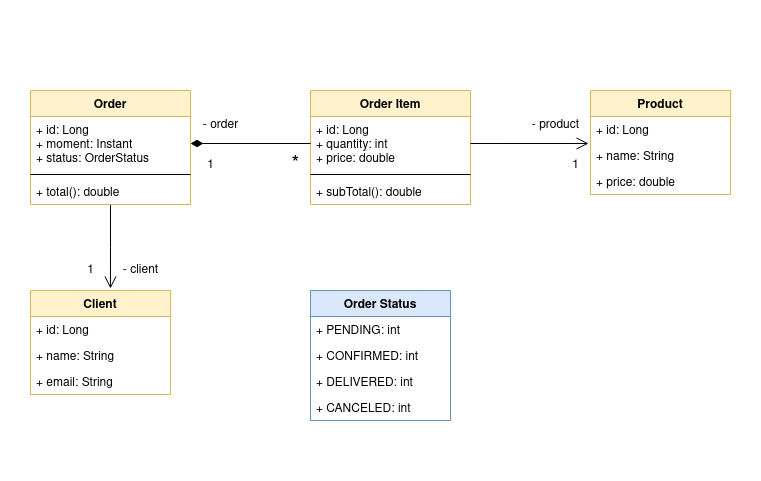
Above: diagrams/Class Diagram.drawio.png in alexbraga/dmi (draw.io), before the change. Source tidied: cells renumbered, new cells last; positions are measured from the earlier drawing's top-left corner, leaving out a move shared by most shapes.
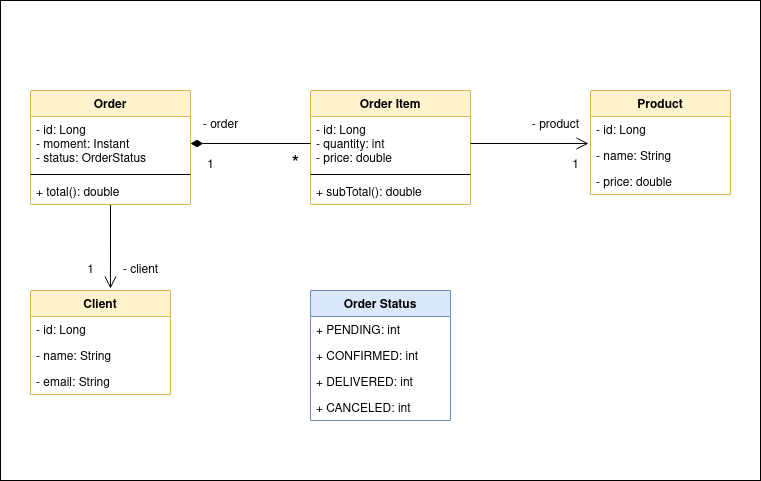
After the commit.

Diff of the diagram source:
```diff
@@ -2,7 +2,7 @@
   <root>
     <mxCell id="0" />
     <mxCell id="1" parent="0" />
-    <mxCell id="2" style="rounded=0;whiteSpace=wrap;html=1;fontSize=12;strokeColor=none;" parent="1" vertex="1">
+    <mxCell id="2" style="rounded=0;whiteSpace=wrap;html=1;fontSize=12;" parent="1" vertex="1">
       <mxGeometry width="760" height="480" as="geometry" />
     </mxCell>
     <mxCell id="3" style="edgeStyle=orthogonalEdgeStyle;rounded=0;jettySize=auto;html=1;entryX=0.571;entryY=-0.019;entryDx=0;entryDy=0;entryPerimeter=0;endArrow=open;endFill=0;endSize=10;strokeWidth=1;" parent="1" edge="1" source="4" target="12">
@@ -11,7 +11,7 @@
     <mxCell id="4" value="Order" style="swimlane;fontStyle=1;align=center;verticalAlign=top;horizontal=1;startSize=26;fillColor=#fff2cc;strokeColor=#d6b656;" parent="1" vertex="1">
       <mxGeometry x="30" y="90" width="160" height="114" as="geometry" />
     </mxCell>
-    <mxCell id="5" value="+ id: Long&#10;+ moment: Instant&#10;+ status: OrderStatus&#10;" style="text;strokeColor=none;fillColor=none;align=left;verticalAlign=top;spacingLeft=4;spacingRight=4;overflow=hidden;points=[[0,0.5],[1,0.5]];portConstraint=eastwest;" parent="4" vertex="1">
+    <mxCell id="5" value="- id: Long&#10;- moment: Instant&#10;- status: OrderStatus&#10;" style="text;strokeColor=none;fillColor=none;align=left;verticalAlign=top;spacingLeft=4;spacingRight=4;overflow=hidden;points=[[0,0.5],[1,0.5]];portConstraint=eastwest;" parent="4" vertex="1">
       <mxGeometry y="26" width="160" height="54" as="geometry" />
     </mxCell>
     <mxCell id="6" style="line;strokeWidth=1;fillColor=none;align=left;verticalAlign=middle;spacingTop=-1;spacingLeft=3;spacingRight=3;labelPosition=right;" parent="4" vertex="1">
@@ -23,25 +23,25 @@
     <mxCell id="8" value="Product" style="swimlane;fontStyle=1;horizontal=1;startSize=26;fillColor=#fff2cc;strokeColor=#d6b656;" parent="1" vertex="1">
       <mxGeometry x="590" y="90" width="140" height="104" as="geometry" />
     </mxCell>
-    <mxCell id="9" value="+ id: Long" style="text;strokeColor=none;fillColor=none;align=left;verticalAlign=top;spacingLeft=4;spacingRight=4;overflow=hidden;" parent="8" vertex="1">
+    <mxCell id="9" value="- id: Long" style="text;strokeColor=none;fillColor=none;align=left;verticalAlign=top;spacingLeft=4;spacingRight=4;overflow=hidden;" parent="8" vertex="1">
       <mxGeometry y="26" width="140" height="26" as="geometry" />
     </mxCell>
-    <mxCell id="10" value="+ name: String" style="text;strokeColor=none;fillColor=none;align=left;verticalAlign=top;spacingLeft=4;spacingRight=4;overflow=hidden;points=[[0,0.5],[1,0.5]];portConstraint=eastwest;" parent="8" vertex="1">
+    <mxCell id="10" value="- name: String" style="text;strokeColor=none;fillColor=none;align=left;verticalAlign=top;spacingLeft=4;spacingRight=4;overflow=hidden;points=[[0,0.5],[1,0.5]];portConstraint=eastwest;" parent="8" vertex="1">
       <mxGeometry y="52" width="140" height="26" as="geometry" />
     </mxCell>
-    <mxCell id="11" value="+ price: double" style="text;strokeColor=none;fillColor=none;align=left;verticalAlign=top;spacingLeft=4;spacingRight=4;overflow=hidden;" parent="8" vertex="1">
+    <mxCell id="11" value="- price: double" style="text;strokeColor=none;fillColor=none;align=left;verticalAlign=top;spacingLeft=4;spacingRight=4;overflow=hidden;" parent="8" vertex="1">
       <mxGeometry y="78" width="140" height="26" as="geometry" />
     </mxCell>
     <mxCell id="12" value="Client" style="swimlane;fontStyle=1;horizontal=1;startSize=26;fillColor=#fff2cc;strokeColor=#d6b656;" parent="1" vertex="1">
       <mxGeometry x="30" y="290" width="140" height="104" as="geometry" />
     </mxCell>
-    <mxCell id="13" value="+ id: Long" style="text;strokeColor=none;fillColor=none;align=left;verticalAlign=top;spacingLeft=4;spacingRight=4;overflow=hidden;" parent="12" vertex="1">
+    <mxCell id="13" value="- id: Long" style="text;strokeColor=none;fillColor=none;align=left;verticalAlign=top;spacingLeft=4;spacingRight=4;overflow=hidden;" parent="12" vertex="1">
       <mxGeometry y="26" width="140" height="26" as="geometry" />
     </mxCell>
-    <mxCell id="14" value="+ name: String" style="text;strokeColor=none;fillColor=none;align=left;verticalAlign=top;spacingLeft=4;spacingRight=4;overflow=hidden;" parent="12" vertex="1">
+    <mxCell id="14" value="- name: String" style="text;strokeColor=none;fillColor=none;align=left;verticalAlign=top;spacingLeft=4;spacingRight=4;overflow=hidden;" parent="12" vertex="1">
       <mxGeometry y="52" width="140" height="26" as="geometry" />
     </mxCell>
-    <mxCell id="15" value="+ email: String" style="text;strokeColor=none;fillColor=none;align=left;verticalAlign=top;spacingLeft=4;spacingRight=4;overflow=hidden;" parent="12" vertex="1">
+    <mxCell id="15" value="- email: String" style="text;strokeColor=none;fillColor=none;align=left;verticalAlign=top;spacingLeft=4;spacingRight=4;overflow=hidden;" parent="12" vertex="1">
       <mxGeometry y="78" width="140" height="26" as="geometry" />
     </mxCell>
     <mxCell id="16" value="Order Status" style="swimlane;fontStyle=1;horizontal=1;startSize=26;fillColor=#dae8fc;strokeColor=#6c8ebf;" parent="1" vertex="1">
@@ -62,7 +62,7 @@
     <mxCell id="21" value="Order Item" style="swimlane;fontStyle=1;align=center;verticalAlign=top;horizontal=1;startSize=26;fillColor=#fff2cc;strokeColor=#d6b656;" parent="1" vertex="1">
       <mxGeometry x="310" y="90" width="160" height="114" as="geometry" />
     </mxCell>
-    <mxCell id="22" value="+ id: Long&#10;+ quantity: int&#10;+ price: double" style="text;strokeColor=none;fillColor=none;align=left;verticalAlign=top;spacingLeft=4;spacingRight=4;overflow=hidden;points=[[0,0.5],[1,0.5]];portConstraint=eastwest;" parent="21" vertex="1">
+    <mxCell id="22" value="- id: Long&#10;- quantity: int&#10;- price: double" style="text;strokeColor=none;fillColor=none;align=left;verticalAlign=top;spacingLeft=4;spacingRight=4;overflow=hidden;points=[[0,0.5],[1,0.5]];portConstraint=eastwest;" parent="21" vertex="1">
       <mxGeometry y="26" width="160" height="54" as="geometry" />
     </mxCell>
     <mxCell id="23" style="line;strokeWidth=1;fillColor=none;align=left;verticalAlign=middle;spacingTop=-1;spacingLeft=3;spacingRight=3;labelPosition=right;" parent="21" vertex="1">
```
